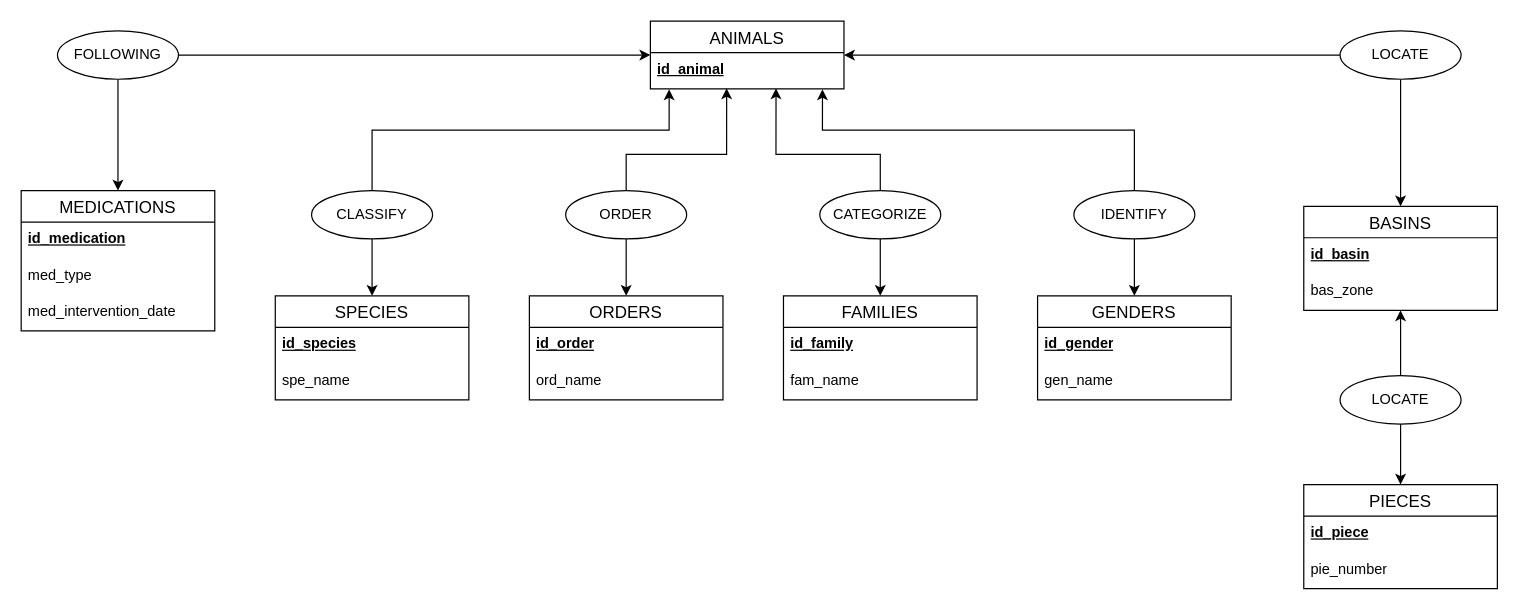
This is page "Ex_3" (3 of 3) of 162_DB/Exercices/MCD/ex_mcd.drawio from C0D3X-25/EPSIC, a draw.io file, before an edit. Source tidied: cells renumbered, new cells numbered last; positions are measured from the earlier drawing's top-left corner, leaving out a move shared by most shapes. Both pictures are drawn from the tidied source at 121%, with x=0, y=0 at pixel (21, 21).
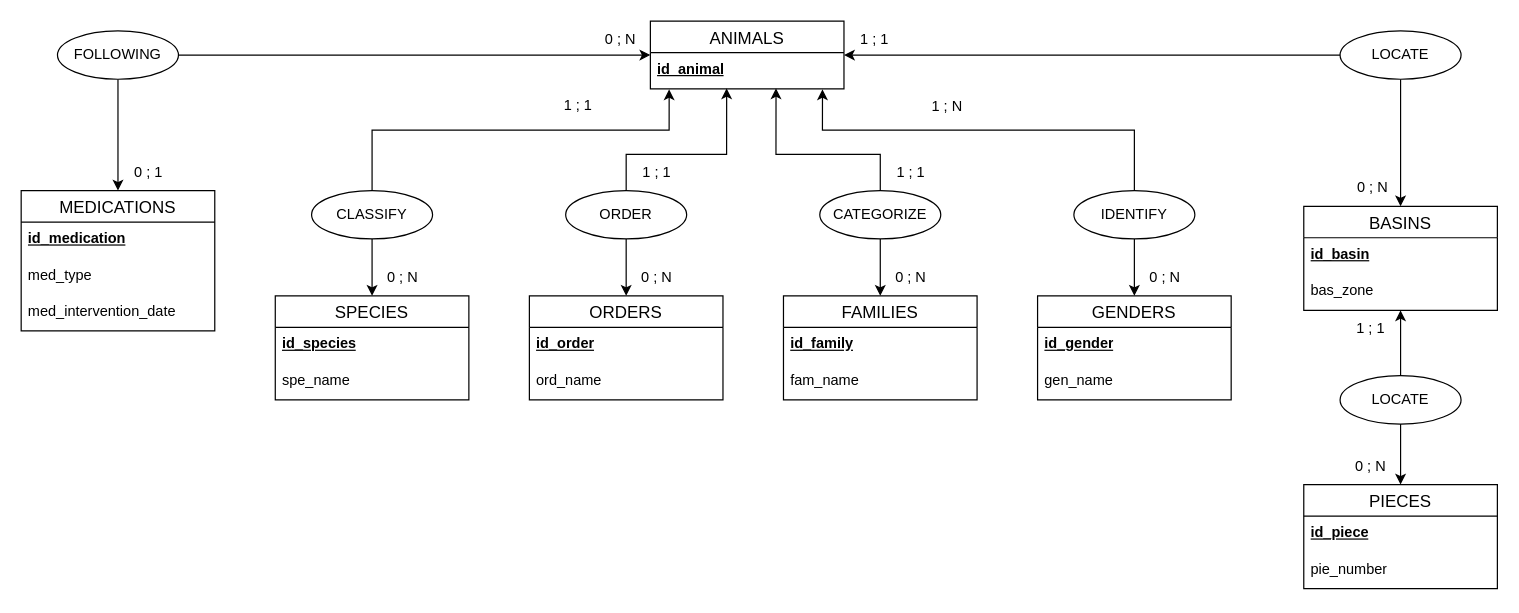
The same diagram, later.

What changed in the source:
```diff
@@
+    <mxCell id="47" value="0 ; 1" style="text;html=1;align=center;verticalAlign=middle;strokeColor=none;fillColor=none;" parent="1" vertex="1">
+      <mxGeometry x="80" y="110" width="50" height="30" as="geometry" />
+    </mxCell>
+    <mxCell id="48" value="0 ; N" style="text;html=1;align=center;verticalAlign=middle;strokeColor=none;fillColor=none;" parent="1" vertex="1">
+      <mxGeometry x="470" width="50" height="30" as="geometry" />
+    </mxCell>
+    <mxCell id="49" value="1 ; 1" style="text;html=1;align=center;verticalAlign=middle;strokeColor=none;fillColor=none;" parent="1" vertex="1">
+      <mxGeometry x="435" y="55" width="50" height="30" as="geometry" />
+    </mxCell>
+    <mxCell id="50" value="1 ; 1" style="text;html=1;align=center;verticalAlign=middle;strokeColor=none;fillColor=none;" parent="1" vertex="1">
+      <mxGeometry x="500" y="110" width="50" height="30" as="geometry" />
+    </mxCell>
+    <mxCell id="51" value="1 ; 1" style="text;html=1;align=center;verticalAlign=middle;strokeColor=none;fillColor=none;" parent="1" vertex="1">
+      <mxGeometry x="710" y="110" width="50" height="30" as="geometry" />
+    </mxCell>
+    <mxCell id="52" value="1 ; N" style="text;html=1;align=center;verticalAlign=middle;strokeColor=none;fillColor=none;" parent="1" vertex="1">
+      <mxGeometry x="740" y="56" width="50" height="30" as="geometry" />
+    </mxCell>
+    <mxCell id="53" value="0 ; N" style="text;html=1;align=center;verticalAlign=middle;strokeColor=none;fillColor=none;" parent="1" vertex="1">
+      <mxGeometry x="290" y="197" width="50" height="30" as="geometry" />
+    </mxCell>
+    <mxCell id="54" value="0 ; N" style="text;html=1;align=center;verticalAlign=middle;strokeColor=none;fillColor=none;" parent="1" vertex="1">
+      <mxGeometry x="500" y="197" width="50" height="30" as="geometry" />
+    </mxCell>
+    <mxCell id="55" value="0 ; N" style="text;html=1;align=center;verticalAlign=middle;strokeColor=none;fillColor=none;" parent="1" vertex="1">
+      <mxGeometry x="710" y="197" width="50" height="30" as="geometry" />
+    </mxCell>
+    <mxCell id="56" value="0 ; N" style="text;html=1;align=center;verticalAlign=middle;strokeColor=none;fillColor=none;" parent="1" vertex="1">
+      <mxGeometry x="920" y="197" width="50" height="30" as="geometry" />
+    </mxCell>
+    <mxCell id="57" value="1 ; 1" style="text;html=1;align=center;verticalAlign=middle;strokeColor=none;fillColor=none;" parent="1" vertex="1">
+      <mxGeometry x="680" width="50" height="30" as="geometry" />
+    </mxCell>
+    <mxCell id="58" value="&amp;nbsp;0 ; N" style="text;html=1;align=center;verticalAlign=middle;strokeColor=none;fillColor=none;" parent="1" vertex="1">
+      <mxGeometry x="1090" y="123" width="50" height="30" as="geometry" />
+    </mxCell>
+    <mxCell id="59" value="1 ; 1" style="text;html=1;align=center;verticalAlign=middle;strokeColor=none;fillColor=none;" parent="1" vertex="1">
+      <mxGeometry x="1090" y="239" width="50" height="30" as="geometry" />
+    </mxCell>
+    <mxCell id="60" value="0 ; N" style="text;html=1;align=center;verticalAlign=middle;strokeColor=none;fillColor=none;" parent="1" vertex="1">
+      <mxGeometry x="1090" y="353" width="50" height="30" as="geometry" />
+    </mxCell>
```
